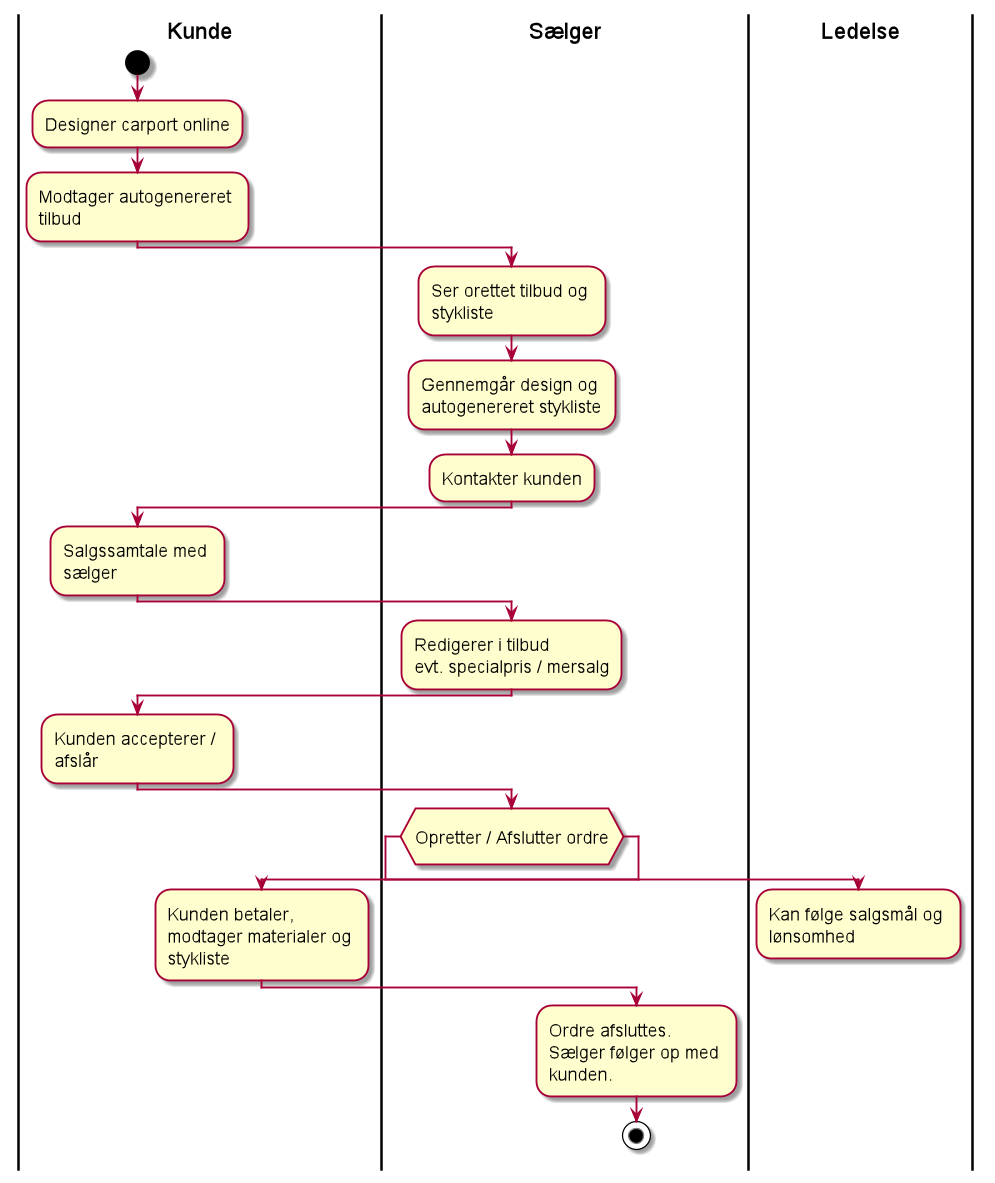
Before: src/main/Diagrammer/png/FogAktivitetsDiagramTOBE.png, a diagram exported from PlantUML (kalhauge/Fog). The source it was exported from:
```plantuml
@startuml
skinparam wrapWidth 160
skinparam activityFontSize 14
|Kunde|
start
:Designer carport online;
:Modtager autogenereret tilbud;
|Sælger|
:Ser orettet tilbud og stykliste;
:Gennemgår design og autogenereret stykliste;
:Kontakter kunden;
|Kunde|
:Salgssamtale med sælger;

|Sælger|

:Redigerer i tilbud
evt. specialpris / mersalg;
|Kunde|
:Kunden accepterer / afslår;

|Sælger|
if (
<size:14>Opretter / Afslutter ordre
)
|Ledelse|
:Kan følge salgsmål og lønsomhed;
detach
else
|Kunde|
:Kunden betaler, modtager materialer og stykliste;
|Sælger|
:Ordre afsluttes.
Sælger følger op med kunden.;
stop

@enduml
```
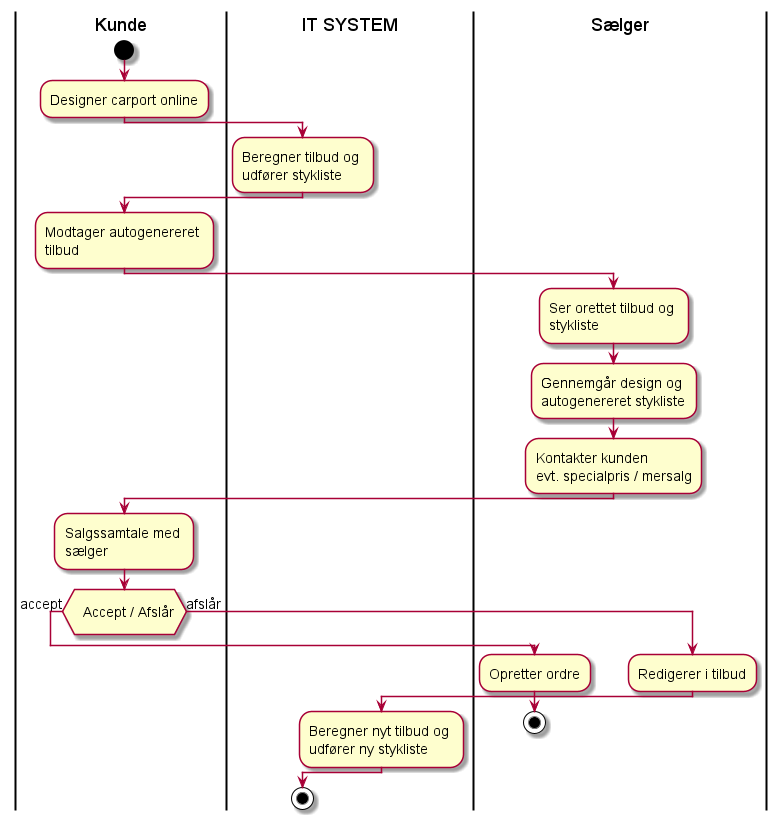
Later version of the same file.

What changed in the source:
```diff
@@ -4,34 +4,31 @@
 |Kunde|
 start
 :Designer carport online;
+|IT SYSTEM|
+:Beregner tilbud og udfører stykliste;
+|Kunde|
 :Modtager autogenereret tilbud;
 |Sælger|
 :Ser orettet tilbud og stykliste;
 :Gennemgår design og autogenereret stykliste;
-:Kontakter kunden;
+:Kontakter kunden
+evt. specialpris / mersalg;
+
 |Kunde|
 :Salgssamtale med sælger;
 
+if (
+   <size:14>Accept / Afslår
+   ) then (<size:14>accept)
+  |Sælger|
+  :Opretter ordre;
+  stop
+else (<size:14>afslår)
 |Sælger|
+:Redigerer i tilbud;
 
-:Redigerer i tilbud
-evt. specialpris / mersalg;
-|Kunde|
-:Kunden accepterer / afslår;
-
-|Sælger|
-if (
-<size:14>Opretter / Afslutter ordre
-)
-|Ledelse|
-:Kan følge salgsmål og lønsomhed;
-detach
-else
-|Kunde|
-:Kunden betaler, modtager materialer og stykliste;
-|Sælger|
-:Ordre afsluttes.
-Sælger følger op med kunden.;
+|IT SYSTEM|
+:Beregner nyt tilbud og udfører ny stykliste;
+endif
 stop
-
 @enduml
```
